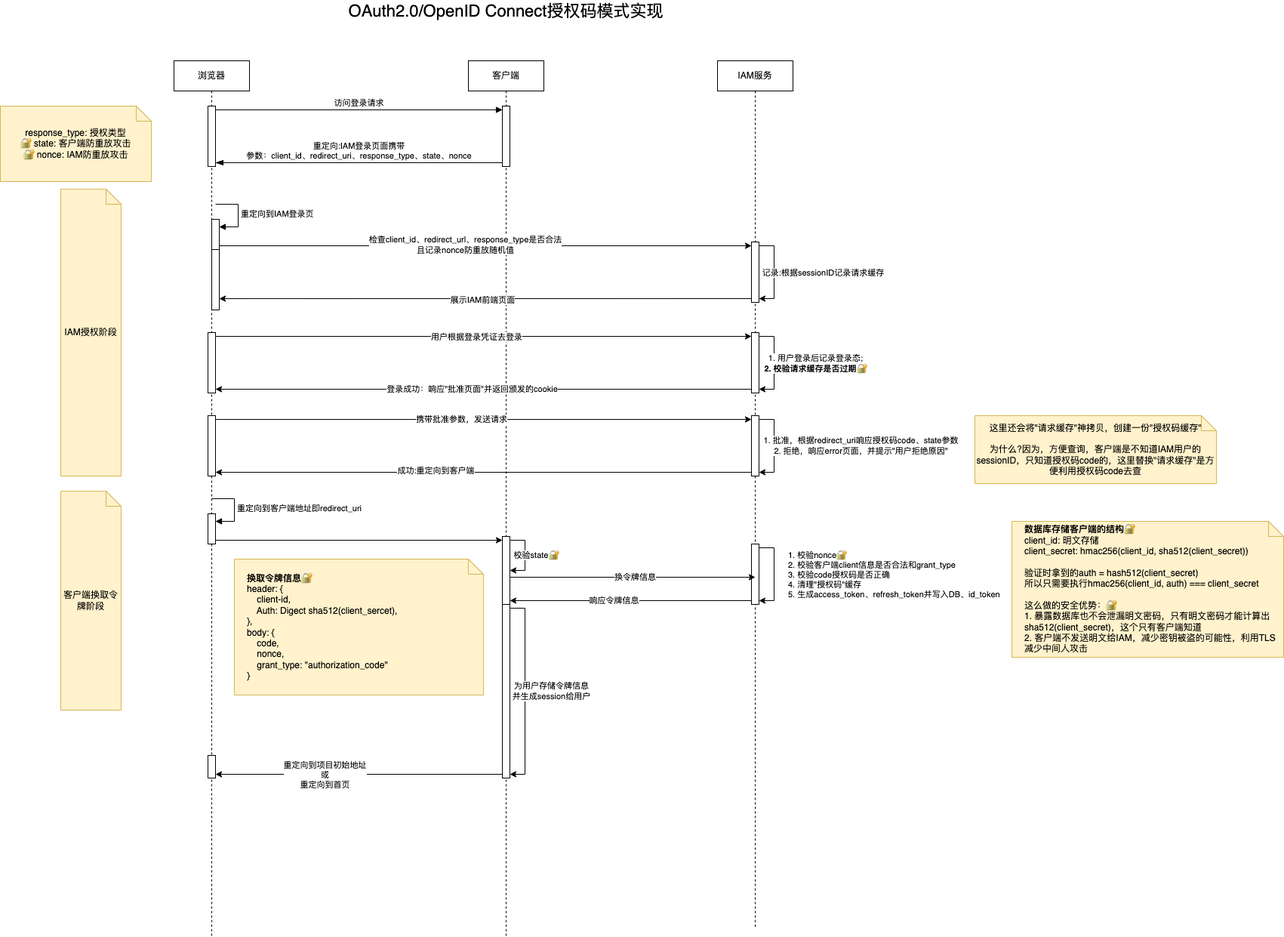
The draw.io diagram IAM实现.drawio.png in JYbill/draw, before a commit. Source tidied: cells renumbered, new cells last; positions are measured from the earlier drawing's top-left corner, leaving out a move shared by most shapes.
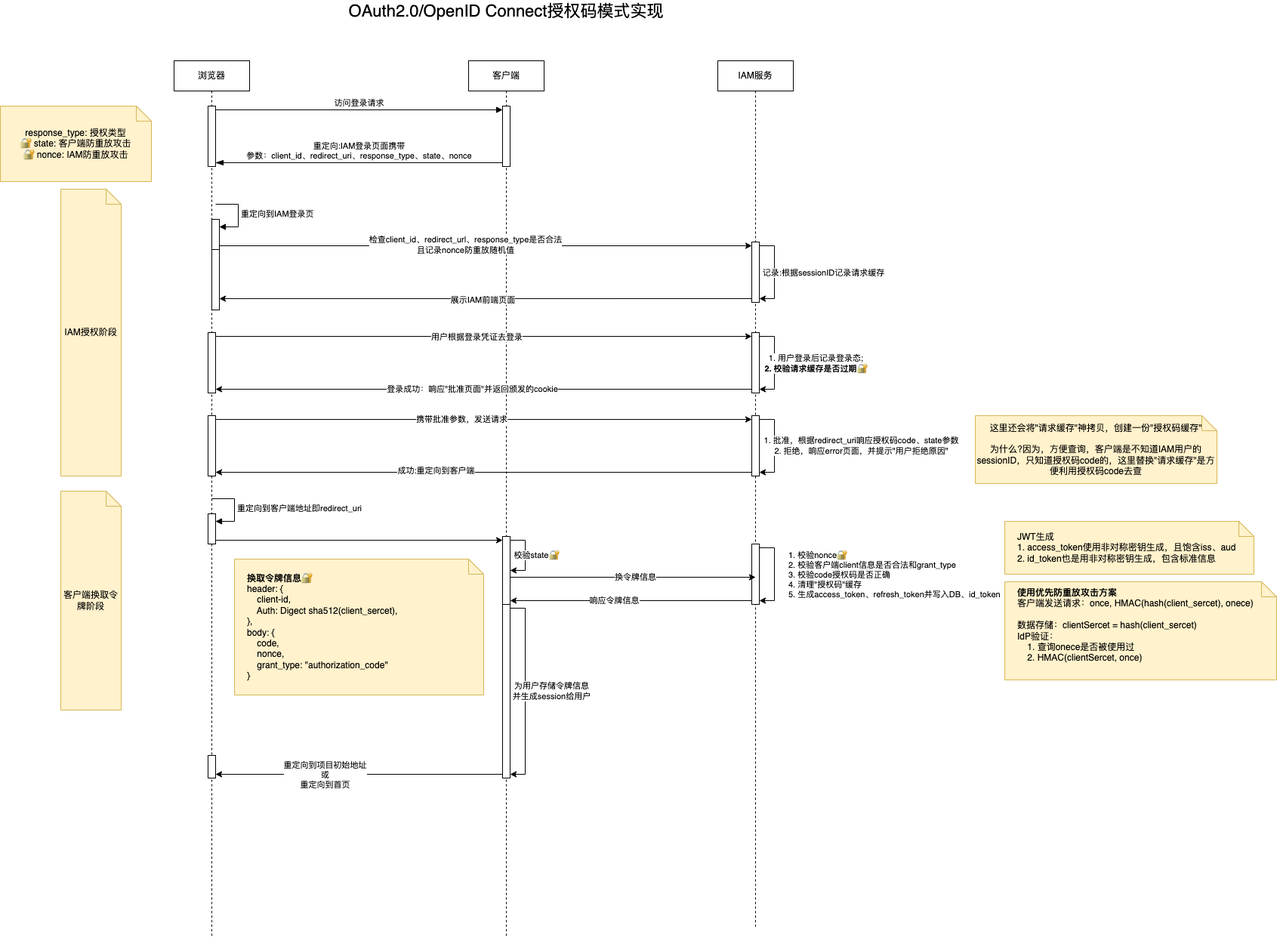
After the change.

Change to the diagram source:
```diff
@@ -202,8 +202,11 @@
     <mxCell id="59" value="&lt;b&gt;换取令牌信息🔐&lt;/b&gt;&lt;br&gt;header: {&lt;br&gt;&amp;nbsp; &amp;nbsp; client-id,&lt;br&gt;&amp;nbsp; &amp;nbsp; Auth: Digect sha512(client_sercet),&lt;br&gt;},&lt;br&gt;body: { &lt;br&gt;&amp;nbsp; &amp;nbsp; code, &lt;br&gt;&amp;nbsp; &amp;nbsp; nonce,&lt;br&gt;&amp;nbsp; &amp;nbsp; grant_type: &quot;authorization_code&quot;&lt;br&gt;}" style="shape=note;size=20;whiteSpace=wrap;html=1;fillColor=#fff2cc;strokeColor=#d6b656;align=left;spacingLeft=15;" parent="1" vertex="1">
       <mxGeometry x="310" y="740" width="330" height="180" as="geometry" />
     </mxCell>
-    <mxCell id="60" value="&lt;b&gt;数据库存储客户端的结构🔐&lt;/b&gt;&lt;br&gt;client_id: 明文存储&lt;br&gt;client_secret: hmac256(client_id, sha512(client_secret))&lt;br&gt;&lt;br&gt;验证时拿到的auth = hash512(client_secret)&lt;br&gt;所以只需要执行hmac256(client_id, auth) === client_secret&lt;br&gt;&lt;br&gt;这么做的安全优势：🔐&lt;br&gt;1. 暴露数据库也不会泄漏明文密码，只有明文密码才能计算出sha512(client_secret)，这个只有客户端知道&lt;br&gt;2. 客户端不发送明文给IAM，减少密钥被盗的可能性，利用TLS减少中间人攻击" style="shape=note;size=20;whiteSpace=wrap;html=1;fillColor=#fff2cc;strokeColor=#d6b656;align=left;spacingLeft=15;" parent="1" vertex="1">
-      <mxGeometry x="1340" y="690" width="360" height="180" as="geometry" />
+    <mxCell id="60" value="&lt;b&gt;使用优先防重放攻击方案&lt;br&gt;&lt;/b&gt;客户端发送请求：once, HMAC(hash(client_sercet), onece)&lt;b&gt;&lt;br&gt;&lt;br&gt;&lt;/b&gt;&lt;div&gt;数据存储：clientSercet = hash(client_sercet)&lt;br&gt;IdP验证：&lt;br&gt;&amp;nbsp; &amp;nbsp; 1. 查询onece是否被使用过&lt;br&gt;&amp;nbsp; &amp;nbsp; 2. HMAC(clientSercet, once)&lt;br&gt;&lt;br&gt;&lt;/div&gt;" style="shape=note;size=20;whiteSpace=wrap;html=1;fillColor=#fff2cc;strokeColor=#d6b656;align=left;spacingLeft=15;" parent="1" vertex="1">
+      <mxGeometry x="1330" y="770" width="360" height="130" as="geometry" />
     </mxCell>
+    <mxCell id="61" value="JWT生成&lt;br&gt;1. access_token使用非对称密钥生成，且饱含iss、aud&lt;br&gt;2. id_token也是用非对称密钥生成，包含标准信息" style="shape=note;size=20;whiteSpace=wrap;html=1;fillColor=#fff2cc;strokeColor=#d6b656;align=left;spacingLeft=15;" parent="1" vertex="1">
+      <mxGeometry x="1330" y="690" width="330" height="70" as="geometry" />
+    </mxCell>
   </root>
 </mxGraphModel>
```
